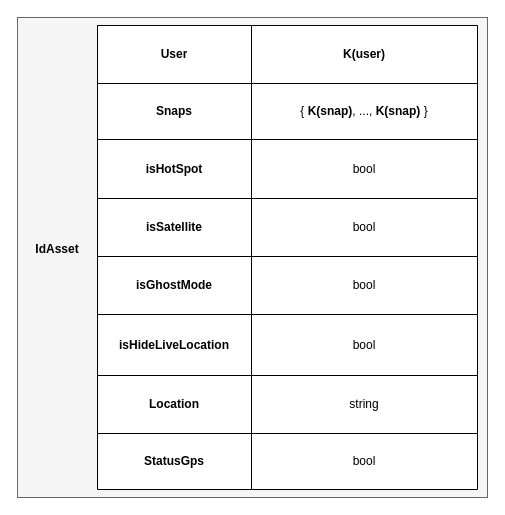
This is NoAM/collection-map.drawio from Antonet99/noSQL-Snapchat, a draw.io file, before an edit. Source tidied: cells renumbered, new cells numbered last; positions are measured from the earlier drawing's top-left corner, leaving out a move shared by most shapes. Both pictures are drawn from the tidied source at 100%, with x=0, y=0 at pixel (17, 17).
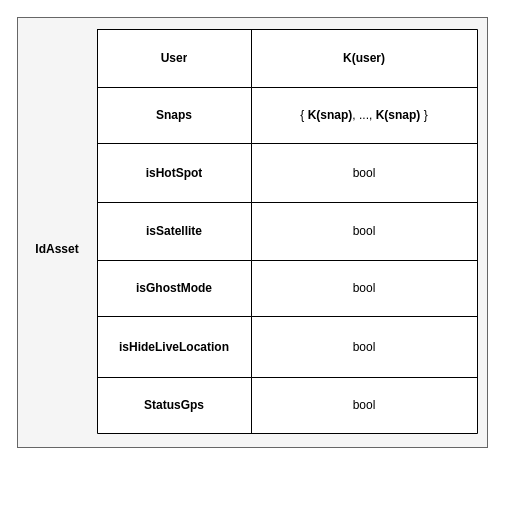
The same diagram, later.

Diff of the diagram source:
```diff
@@
     <mxCell id="2" style="rounded=0;whiteSpace=wrap;html=1;fillColor=#f5f5f5;fontColor=#333333;strokeColor=#666666;" parent="1" vertex="1">
-      <mxGeometry width="470" height="480" as="geometry" />
+      <mxGeometry width="470" height="430" as="geometry" />
     </mxCell>
@@
     <mxCell id="4" style="shape=table;startSize=0;childLayout=tableLayout;" parent="1" vertex="1">
-      <mxGeometry x="80" y="8" width="380" height="464" as="geometry" />
+      <mxGeometry x="80" y="12" width="380" height="404" as="geometry" />
     </mxCell>
@@
     <mxCell id="17" style="shape=tableRow;horizontal=0;startSize=0;swimlaneHead=0;swimlaneBody=0;strokeColor=inherit;top=0;left=0;bottom=0;right=0;fillColor=none;" parent="4" vertex="1">
-      <mxGeometry y="231" width="380" height="58" as="geometry" />
+      <mxGeometry y="231" width="380" height="56" as="geometry" />
     </mxCell>
     <mxCell id="18" value="&lt;b&gt;isGhostMode&lt;/b&gt;" style="shape=partialRectangle;html=1;whiteSpace=wrap;strokeColor=inherit;overflow=hidden;fillColor=none;top=0;left=0;bottom=0;right=0;" parent="17" vertex="1">
-      <mxGeometry width="154" height="58" as="geometry" />
+      <mxGeometry width="154" height="56" as="geometry" />
     </mxCell>
     <mxCell id="19" value="bool" style="shape=partialRectangle;html=1;whiteSpace=wrap;strokeColor=inherit;overflow=hidden;fillColor=none;top=0;left=0;bottom=0;right=0;" parent="17" vertex="1">
-      <mxGeometry x="154" width="226" height="58" as="geometry" />
+      <mxGeometry x="154" width="226" height="56" as="geometry" />
     </mxCell>
     <mxCell id="20" style="shape=tableRow;horizontal=0;startSize=0;swimlaneHead=0;swimlaneBody=0;strokeColor=inherit;top=0;left=0;bottom=0;right=0;fillColor=none;" parent="4" vertex="1">
-      <mxGeometry y="289" width="380" height="61" as="geometry" />
+      <mxGeometry y="287" width="380" height="61" as="geometry" />
     </mxCell>
@@
-    <mxCell id="23" style="shape=tableRow;horizontal=0;startSize=0;swimlaneHead=0;swimlaneBody=0;strokeColor=inherit;top=0;left=0;bottom=0;right=0;fillColor=none;" parent="4" vertex="1">
-      <mxGeometry y="350" width="380" height="58" as="geometry" />
-    </mxCell>
-    <mxCell id="24" value="&lt;b&gt;Location&lt;/b&gt;" style="shape=partialRectangle;html=1;whiteSpace=wrap;strokeColor=inherit;overflow=hidden;fillColor=none;top=0;left=0;bottom=0;right=0;" parent="23" vertex="1">
-      <mxGeometry width="154" height="58" as="geometry" />
-    </mxCell>
-    <mxCell id="25" value="string" style="shape=partialRectangle;html=1;whiteSpace=wrap;strokeColor=inherit;overflow=hidden;fillColor=none;top=0;left=0;bottom=0;right=0;" parent="23" vertex="1">
-      <mxGeometry x="154" width="226" height="58" as="geometry" />
-    </mxCell>
     <mxCell id="26" style="shape=tableRow;horizontal=0;startSize=0;swimlaneHead=0;swimlaneBody=0;strokeColor=inherit;top=0;left=0;bottom=0;right=0;fillColor=none;" parent="4" vertex="1">
-      <mxGeometry y="408" width="380" height="56" as="geometry" />
+      <mxGeometry y="348" width="380" height="56" as="geometry" />
     </mxCell>
```
